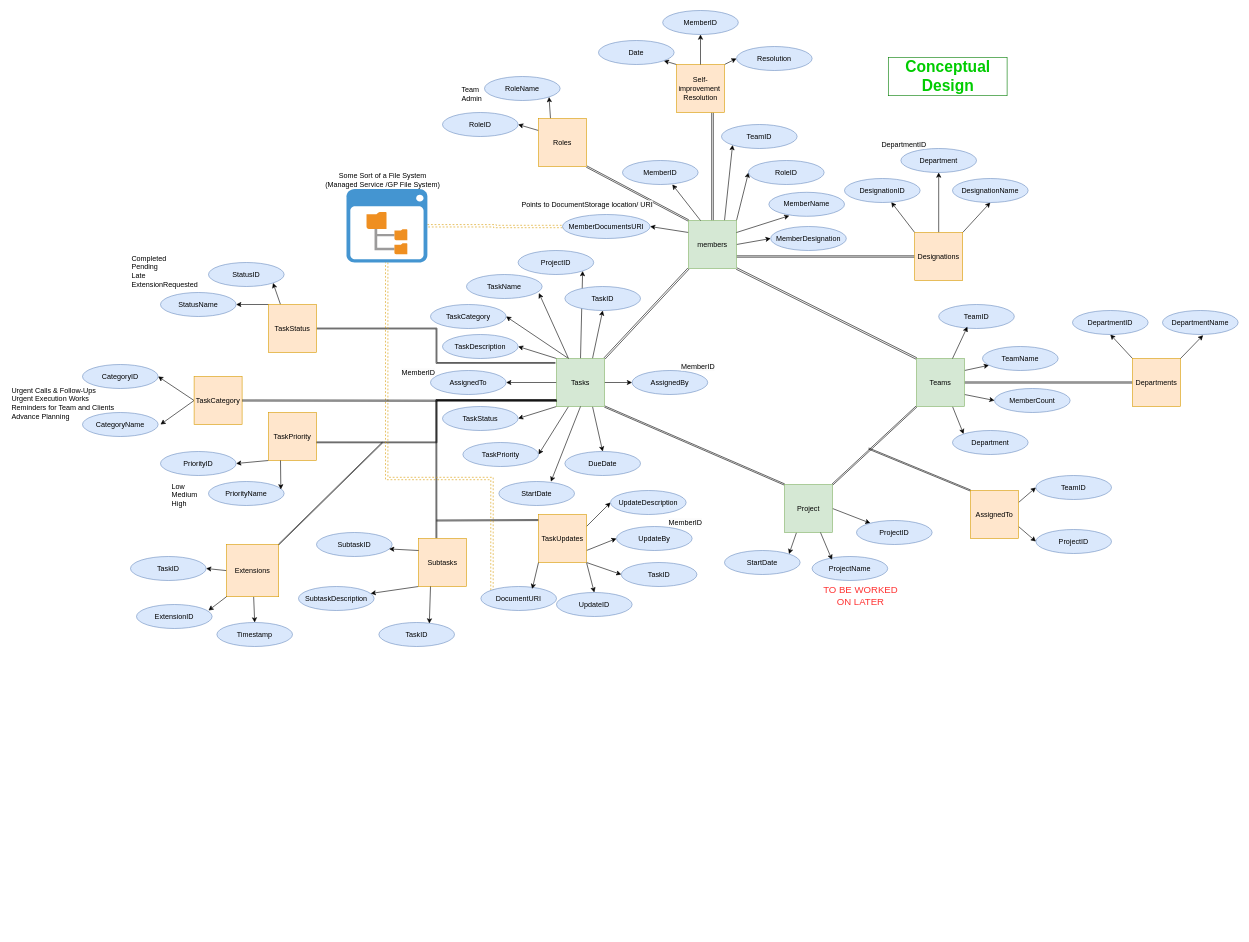
Above: UVERP.drawio in last-brain-cell/draw.io_drawings (draw.io), before the change. Source tidied: cells renumbered, new cells numbered last; positions are measured from the earlier drawing's top-left corner, leaving out a move shared by most shapes. Both pictures are drawn from the tidied source at 60%, with x=0, y=0 at pixel (10, 10).
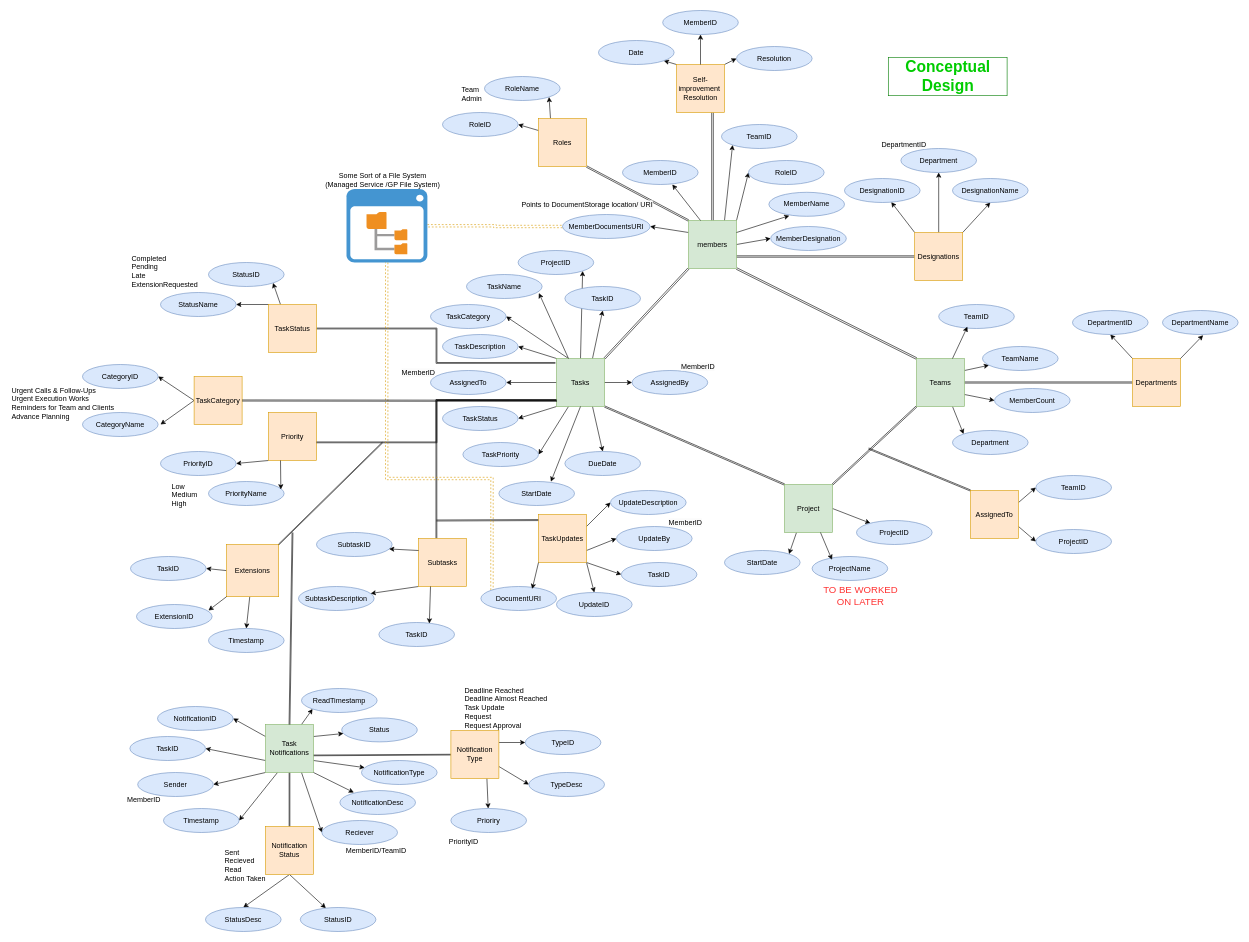
The same diagram, later.

Diff of the diagram source:
```diff
@@
-    <mxCell id="48" value="TaskPriority" style="whiteSpace=wrap;html=1;fillColor=#ffe6cc;strokeColor=#d79b00;" parent="1" vertex="1">
+    <mxCell id="48" value="Priority" style="whiteSpace=wrap;html=1;fillColor=#ffe6cc;strokeColor=#d79b00;" parent="1" vertex="1">
       <mxGeometry x="430" y="670" width="80" height="80" as="geometry" />
     </mxCell>
@@
     <mxCell id="99" value="Timestamp" style="ellipse;whiteSpace=wrap;html=1;fillColor=#dae8fc;strokeColor=#6c8ebf;" parent="1" vertex="1">
-      <mxGeometry x="344" y="1020" width="126" height="40" as="geometry" />
+      <mxGeometry x="330" y="1030" width="126" height="40" as="geometry" />
     </mxCell>
@@
+    <mxCell id="158" style="rounded=0;jettySize=auto;html=1;exitX=0.5;exitY=1;exitDx=0;exitDy=0;entryX=0.5;entryY=0;entryDx=0;entryDy=0;shape=link;width=-1.1999999999999993;" parent="1" edge="1" source="168" target="186">
+      <mxGeometry relative="1" as="geometry" />
+    </mxCell>
+    <mxCell id="159" style="rounded=0;jettySize=auto;html=1;exitX=0.971;exitY=0.644;exitDx=0;exitDy=0;exitPerimeter=0;shape=link;width=1.1999999999999993;" parent="1" edge="1" source="168" target="172">
+      <mxGeometry relative="1" as="geometry" />
+    </mxCell>
+    <mxCell id="160" style="rounded=0;jettySize=auto;html=1;exitX=0;exitY=0.25;exitDx=0;exitDy=0;entryX=1;entryY=0.5;entryDx=0;entryDy=0;" parent="1" edge="1" source="168" target="173">
+      <mxGeometry relative="1" as="geometry" />
+    </mxCell>
+    <mxCell id="161" style="rounded=0;jettySize=auto;html=1;exitX=0;exitY=0.75;exitDx=0;exitDy=0;entryX=1;entryY=0.5;entryDx=0;entryDy=0;" parent="1" edge="1" source="168" target="181">
+      <mxGeometry relative="1" as="geometry" />
+    </mxCell>
+    <mxCell id="162" style="rounded=0;jettySize=auto;html=1;exitX=0;exitY=1;exitDx=0;exitDy=0;entryX=1;entryY=0.5;entryDx=0;entryDy=0;" parent="1" edge="1" source="168" target="195">
+      <mxGeometry relative="1" as="geometry" />
+    </mxCell>
+    <mxCell id="163" style="rounded=0;jettySize=auto;html=1;exitX=1;exitY=0.75;exitDx=0;exitDy=0;" parent="1" edge="1" source="168" target="175">
+      <mxGeometry relative="1" as="geometry" />
+    </mxCell>
+    <mxCell id="164" style="rounded=0;jettySize=auto;html=1;exitX=1;exitY=0.25;exitDx=0;exitDy=0;" parent="1" edge="1" source="168" target="183">
+      <mxGeometry relative="1" as="geometry" />
+    </mxCell>
+    <mxCell id="165" style="rounded=0;jettySize=auto;html=1;exitX=0.75;exitY=0;exitDx=0;exitDy=0;entryX=0;entryY=1;entryDx=0;entryDy=0;" parent="1" edge="1" source="168" target="189">
+      <mxGeometry relative="1" as="geometry" />
+    </mxCell>
+    <mxCell id="166" style="rounded=0;jettySize=auto;html=1;exitX=0.25;exitY=1;exitDx=0;exitDy=0;entryX=1;entryY=0.5;entryDx=0;entryDy=0;" parent="1" edge="1" source="168" target="182">
+      <mxGeometry relative="1" as="geometry" />
+    </mxCell>
+    <mxCell id="167" style="rounded=0;jettySize=auto;html=1;exitX=0.75;exitY=1;exitDx=0;exitDy=0;entryX=0;entryY=0.5;entryDx=0;entryDy=0;" parent="1" edge="1" source="168" target="198">
+      <mxGeometry relative="1" as="geometry" />
+    </mxCell>
+    <mxCell id="168" value="Task&lt;div&gt;Notifications&lt;/div&gt;" style="whiteSpace=wrap;html=1;fillColor=#d5e8d4;strokeColor=#82b366;" parent="1" vertex="1">
+      <mxGeometry x="425" y="1190" width="80" height="80" as="geometry" />
+    </mxCell>
+    <mxCell id="169" style="rounded=0;jettySize=auto;html=1;exitX=0.75;exitY=1;exitDx=0;exitDy=0;" parent="1" edge="1" source="172" target="177">
+      <mxGeometry relative="1" as="geometry" />
+    </mxCell>
+    <mxCell id="170" style="rounded=0;jettySize=auto;html=1;exitX=1;exitY=0.75;exitDx=0;exitDy=0;entryX=0;entryY=0.5;entryDx=0;entryDy=0;" parent="1" edge="1" source="172" target="179">
+      <mxGeometry relative="1" as="geometry" />
+    </mxCell>
+    <mxCell id="171" style="rounded=0;jettySize=auto;html=1;exitX=1;exitY=0.25;exitDx=0;exitDy=0;" parent="1" edge="1" source="172" target="180">
+      <mxGeometry relative="1" as="geometry" />
+    </mxCell>
+    <mxCell id="172" value="Notification&lt;div&gt;Type&lt;/div&gt;" style="whiteSpace=wrap;html=1;fillColor=#ffe6cc;strokeColor=#d79b00;" parent="1" vertex="1">
+      <mxGeometry x="734" y="1200" width="80" height="80" as="geometry" />
+    </mxCell>
+    <mxCell id="173" value="NotificationID" style="ellipse;whiteSpace=wrap;html=1;fillColor=#dae8fc;strokeColor=#6c8ebf;" parent="1" vertex="1">
+      <mxGeometry x="245" y="1160" width="126" height="40" as="geometry" />
+    </mxCell>
+    <mxCell id="174" value="NotificationDesc" style="ellipse;whiteSpace=wrap;html=1;fillColor=#dae8fc;strokeColor=#6c8ebf;" parent="1" vertex="1">
+      <mxGeometry x="549" y="1300" width="126" height="40" as="geometry" />
+    </mxCell>
+    <mxCell id="175" value="NotificationType" style="ellipse;whiteSpace=wrap;html=1;fillColor=#dae8fc;strokeColor=#6c8ebf;" parent="1" vertex="1">
+      <mxGeometry x="585" y="1250" width="126" height="40" as="geometry" />
+    </mxCell>
+    <mxCell id="176" style="group;" parent="1" vertex="1">
+      <mxGeometry x="720" y="1330" width="140" height="70" as="geometry" />
+    </mxCell>
+    <mxCell id="177" value="Prioriry" style="ellipse;whiteSpace=wrap;html=1;fillColor=#dae8fc;strokeColor=#6c8ebf;" parent="176" vertex="1">
+      <mxGeometry x="14" width="126" height="40" as="geometry" />
+    </mxCell>
+    <mxCell id="178" value="PriorityID" style="text;html=1;align=center;verticalAlign=middle;strokeColor=none;fillColor=none;" parent="176" vertex="1">
+      <mxGeometry y="40" width="70" height="30" as="geometry" />
+    </mxCell>
+    <mxCell id="179" value="TypeDesc" style="ellipse;whiteSpace=wrap;html=1;fillColor=#dae8fc;strokeColor=#6c8ebf;" parent="1" vertex="1">
+      <mxGeometry x="864" y="1270" width="126" height="40" as="geometry" />
+    </mxCell>
+    <mxCell id="180" value="TypeID" style="ellipse;whiteSpace=wrap;html=1;fillColor=#dae8fc;strokeColor=#6c8ebf;" parent="1" vertex="1">
+      <mxGeometry x="858" y="1200" width="126" height="40" as="geometry" />
+    </mxCell>
+    <mxCell id="181" value="TaskID" style="ellipse;whiteSpace=wrap;html=1;fillColor=#dae8fc;strokeColor=#6c8ebf;" parent="1" vertex="1">
+      <mxGeometry x="199" y="1210" width="126" height="40" as="geometry" />
+    </mxCell>
+    <mxCell id="182" value="Timestamp" style="ellipse;whiteSpace=wrap;html=1;fillColor=#dae8fc;strokeColor=#6c8ebf;" parent="1" vertex="1">
+      <mxGeometry x="255" y="1330" width="126" height="40" as="geometry" />
+    </mxCell>
+    <mxCell id="183" value="Status" style="ellipse;whiteSpace=wrap;html=1;fillColor=#dae8fc;strokeColor=#6c8ebf;" parent="1" vertex="1">
+      <mxGeometry x="552" y="1179" width="126" height="40" as="geometry" />
+    </mxCell>
+    <mxCell id="184" style="rounded=0;jettySize=auto;html=1;exitX=0.5;exitY=1;exitDx=0;exitDy=0;entryX=0.5;entryY=0;entryDx=0;entryDy=0;" parent="1" edge="1" source="186" target="188">
+      <mxGeometry relative="1" as="geometry" />
+    </mxCell>
+    <mxCell id="185" style="rounded=0;jettySize=auto;html=1;exitX=0.5;exitY=1;exitDx=0;exitDy=0;" parent="1" edge="1" source="186" target="187">
+      <mxGeometry relative="1" as="geometry" />
+    </mxCell>
+    <mxCell id="186" value="Notification&lt;div&gt;Status&lt;/div&gt;" style="whiteSpace=wrap;html=1;fillColor=#ffe6cc;strokeColor=#d79b00;" parent="1" vertex="1">
+      <mxGeometry x="425" y="1360" width="80" height="80" as="geometry" />
+    </mxCell>
+    <mxCell id="187" value="StatusID" style="ellipse;whiteSpace=wrap;html=1;fillColor=#dae8fc;strokeColor=#6c8ebf;" parent="1" vertex="1">
+      <mxGeometry x="483" y="1495" width="126" height="40" as="geometry" />
+    </mxCell>
+    <mxCell id="188" value="StatusDesc" style="ellipse;whiteSpace=wrap;html=1;fillColor=#dae8fc;strokeColor=#6c8ebf;" parent="1" vertex="1">
+      <mxGeometry x="325" y="1495" width="126" height="40" as="geometry" />
+    </mxCell>
+    <mxCell id="189" value="ReadTimestamp" style="ellipse;whiteSpace=wrap;html=1;fillColor=#dae8fc;strokeColor=#6c8ebf;" parent="1" vertex="1">
+      <mxGeometry x="485" y="1130" width="126" height="40" as="geometry" />
+    </mxCell>
+    <mxCell id="190" style="shape=link;html=1;rounded=0;width=1.4285714285714288;entryX=0.5;entryY=0;entryDx=0;entryDy=0;" parent="1" edge="1" target="168">
+      <mxGeometry relative="1" as="geometry">
+        <mxPoint x="470" y="870" as="sourcePoint" />
+      </mxGeometry>
+    </mxCell>
+    <mxCell id="191" style="rounded=0;jettySize=auto;html=1;exitX=1;exitY=1;exitDx=0;exitDy=0;entryX=0.184;entryY=0.083;entryDx=0;entryDy=0;entryPerimeter=0;" parent="1" edge="1" source="168" target="174">
+      <mxGeometry relative="1" as="geometry" />
+    </mxCell>
+    <mxCell id="192" value="Deadline Reached&#10;Deadline Almost Reached&#10;Task Update&#10;Request&#10;Request Approval&#10;&#10;" style="text;whiteSpace=wrap;" parent="1" vertex="1">
+      <mxGeometry x="755" y="1120" width="150" height="80" as="geometry" />
+    </mxCell>
+    <mxCell id="193" value="Sent&#10;Recieved&#10;Read&#10;Action Taken" style="text;whiteSpace=wrap;" parent="1" vertex="1">
+      <mxGeometry x="355" y="1390" width="87" height="80" as="geometry" />
+    </mxCell>
+    <mxCell id="194" style="group;" parent="1" vertex="1">
+      <mxGeometry x="182" y="1270" width="156" height="60" as="geometry" />
+    </mxCell>
+    <mxCell id="195" value="Sender" style="ellipse;whiteSpace=wrap;html=1;fillColor=#dae8fc;strokeColor=#6c8ebf;" parent="194" vertex="1">
+      <mxGeometry x="30" width="126" height="40" as="geometry" />
+    </mxCell>
+    <mxCell id="196" value="MemberID" style="text;html=1;align=center;verticalAlign=middle;strokeColor=none;fillColor=none;" parent="194" vertex="1">
+      <mxGeometry y="30" width="80" height="30" as="geometry" />
+    </mxCell>
+    <mxCell id="197" style="group;" parent="1" vertex="1">
+      <mxGeometry x="519" y="1350" width="150" height="65" as="geometry" />
+    </mxCell>
+    <mxCell id="198" value="Reciever" style="ellipse;whiteSpace=wrap;html=1;fillColor=#dae8fc;strokeColor=#6c8ebf;" parent="197" vertex="1">
+      <mxGeometry width="126" height="40" as="geometry" />
+    </mxCell>
+    <mxCell id="199" value="MemberID/TeamID" style="text;html=1;align=center;verticalAlign=middle;strokeColor=none;fillColor=none;" parent="197" vertex="1">
+      <mxGeometry x="30" y="35" width="120" height="30" as="geometry" />
+    </mxCell>
```
